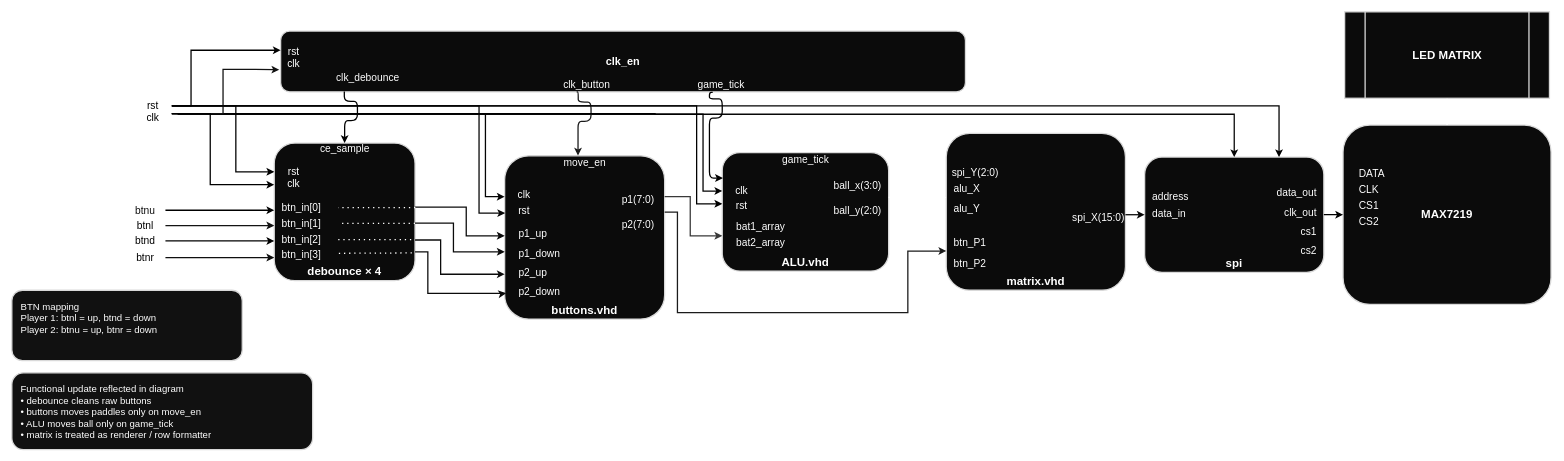
laurel124/DE1_Project keeps this draw.io diagram as ping_pong_diagram.drawio. Above is the earlier version. Source tidied: cells renumbered, new cells numbered last; positions are measured from the earlier drawing's top-left corner, leaving out a move shared by most shapes. Both pictures are drawn from the tidied source at 64%, with x=0, y=0 at pixel (12, 12).
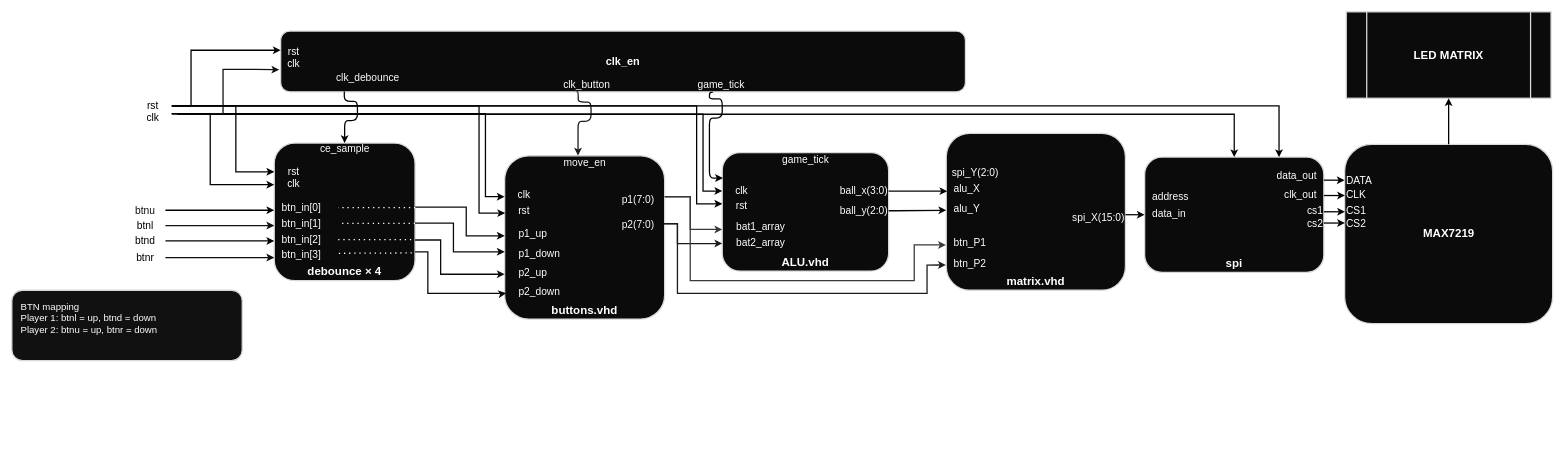
The same page after the edit.

Unchanged cells that the change refers to:
```xml
<mxCell id="4" value="buttons.vhd" style="rounded=1;whiteSpace=wrap;html=1;fillColor=#0b0b0b;strokeColor=#d9d9d9;strokeWidth=2;fontSize=18;fontStyle=1;align=center;verticalAlign=bottom;fontColor=#ffffff;" parent="1" vertex="1">
  <mxGeometry x="770" y="225" width="250" height="255" as="geometry" />
</mxCell>
<mxCell id="5" value="ALU.vhd" style="rounded=1;whiteSpace=wrap;html=1;fillColor=#0b0b0b;strokeColor=#d9d9d9;strokeWidth=2;fontSize=18;fontStyle=1;align=center;verticalAlign=bottom;fontColor=#ffffff;" parent="1" vertex="1">
  <mxGeometry x="1110" y="220" width="260" height="185" as="geometry" />
</mxCell>
<mxCell id="6" value="matrix.vhd" style="rounded=1;whiteSpace=wrap;html=1;fillColor=#0b0b0b;strokeColor=#d9d9d9;strokeWidth=2;fontSize=18;fontStyle=1;align=center;verticalAlign=bottom;fontColor=#ffffff;" parent="1" vertex="1">
  <mxGeometry x="1460" y="190" width="280" height="245" as="geometry" />
</mxCell>
<mxCell id="7" value="spi" style="rounded=1;whiteSpace=wrap;html=1;fillColor=#0b0b0b;strokeColor=#d9d9d9;strokeWidth=2;fontSize=18;fontStyle=1;align=center;verticalAlign=bottom;fontColor=#ffffff;" parent="1" vertex="1">
  <mxGeometry x="1770" y="227" width="280" height="180" as="geometry" />
</mxCell>
<mxCell id="12" value="&lt;font style=&quot;color: rgb(0, 0, 0);&quot;&gt;clk&lt;/font&gt;" style="text;html=1;strokeColor=none;fillColor=none;align=center;verticalAlign=middle;fontSize=16;fontColor=#ffffff;" parent="1" vertex="1">
  <mxGeometry x="190" y="153" width="60" height="24" as="geometry" />
</mxCell>
```

Diff of the diagram source:
```diff
@@
     <mxCell id="8" value="MAX7219" style="rounded=1;whiteSpace=wrap;html=1;fillColor=#0b0b0b;strokeColor=#d9d9d9;strokeWidth=2;fontSize=18;fontStyle=1;align=center;verticalAlign=middle;fontColor=#ffffff;" parent="1" vertex="1">
-      <mxGeometry x="2080" y="177" width="325" height="280" as="geometry" />
+      <mxGeometry x="2082.5" y="207" width="325" height="280" as="geometry" />
     </mxCell>
     <mxCell id="9" value="LED MATRIX" style="shape=process;whiteSpace=wrap;html=1;backgroundOutline=1;strokeColor=#d9d9d9;strokeWidth=2;fillColor=#0b0b0b;fontSize=18;fontStyle=1;fontColor=#ffffff;" parent="1" vertex="1">
-      <mxGeometry x="2082.5" width="320" height="135" as="geometry" />
+      <mxGeometry x="2085" width="320" height="135" as="geometry" />
     </mxCell>
@@
-    <mxCell id="11" value="Functional update reflected in diagram&#10;• debounce cleans raw buttons&#10;• buttons moves paddles only on move_en&#10;• ALU moves ball only on game_tick&#10;• matrix is treated as renderer / row formatter" style="rounded=1;whiteSpace=wrap;html=1;fillColor=#111111;strokeColor=#d9d9d9;strokeWidth=2;fontSize=15;align=left;verticalAlign=top;spacingTop=10;spacingLeft=12;fontColor=#ffffff;" parent="1" vertex="1">
-      <mxGeometry y="564" width="470" height="120" as="geometry" />
-    </mxCell>
@@
     <mxCell id="33" value="ball_x(3:0)" style="text;html=1;strokeColor=none;fillColor=none;align=right;verticalAlign=middle;fontSize=16;fontColor=#ffffff;" parent="1" vertex="1">
-      <mxGeometry x="1270" y="260" width="90" height="22" as="geometry" />
+      <mxGeometry x="1280" y="268" width="90" height="22" as="geometry" />
     </mxCell>
     <mxCell id="34" value="ball_y(2:0)" style="text;html=1;strokeColor=none;fillColor=none;align=right;verticalAlign=middle;fontSize=16;fontColor=#ffffff;" parent="1" vertex="1">
-      <mxGeometry x="1270" y="300" width="90" height="22" as="geometry" />
+      <mxGeometry x="1280" y="299" width="90" height="22" as="geometry" />
     </mxCell>
@@
     <mxCell id="43" value="data_out" style="text;html=1;strokeColor=none;fillColor=none;align=right;verticalAlign=middle;fontSize=16;fontColor=#ffffff;" parent="1" vertex="1">
-      <mxGeometry x="1965" y="272" width="75" height="22" as="geometry" />
+      <mxGeometry x="1965" y="245" width="75" height="22" as="geometry" />
     </mxCell>
     <mxCell id="44" value="clk_out" style="text;html=1;strokeColor=none;fillColor=none;align=right;verticalAlign=middle;fontSize=16;fontColor=#ffffff;" parent="1" vertex="1">
-      <mxGeometry x="1965" y="302" width="75" height="22" as="geometry" />
+      <mxGeometry x="1965" y="275" width="75" height="22" as="geometry" />
     </mxCell>
     <mxCell id="45" value="cs1" style="text;html=1;strokeColor=none;fillColor=none;align=right;verticalAlign=middle;fontSize=16;fontColor=#ffffff;" parent="1" vertex="1">
-      <mxGeometry x="1965" y="332" width="75" height="22" as="geometry" />
+      <mxGeometry x="1975" y="300" width="75" height="22" as="geometry" />
     </mxCell>
     <mxCell id="46" value="cs2" style="text;html=1;strokeColor=none;fillColor=none;align=right;verticalAlign=middle;fontSize=16;fontColor=#ffffff;" parent="1" vertex="1">
-      <mxGeometry x="1965" y="362" width="75" height="22" as="geometry" />
+      <mxGeometry x="1975" y="320" width="75" height="22" as="geometry" />
     </mxCell>
     <mxCell id="47" value="DATA" style="text;html=1;strokeColor=none;fillColor=none;align=left;verticalAlign=middle;fontSize=16;fontColor=#ffffff;" parent="1" vertex="1">
-      <mxGeometry x="2103" y="242" width="70" height="22" as="geometry" />
+      <mxGeometry x="2082.5" y="253" width="70" height="22" as="geometry" />
     </mxCell>
     <mxCell id="48" value="CLK" style="text;html=1;strokeColor=none;fillColor=none;align=left;verticalAlign=middle;fontSize=16;fontColor=#ffffff;" parent="1" vertex="1">
-      <mxGeometry x="2103" y="267" width="70" height="22" as="geometry" />
+      <mxGeometry x="2082.5" y="274" width="70" height="22" as="geometry" />
     </mxCell>
     <mxCell id="49" value="CS1" style="text;html=1;strokeColor=none;fillColor=none;align=left;verticalAlign=middle;fontSize=16;fontColor=#ffffff;" parent="1" vertex="1">
-      <mxGeometry x="2103" y="292" width="70" height="22" as="geometry" />
+      <mxGeometry x="2082.5" y="300" width="70" height="22" as="geometry" />
     </mxCell>
     <mxCell id="50" value="CS2" style="text;html=1;strokeColor=none;fillColor=none;align=left;verticalAlign=middle;fontSize=16;fontColor=#ffffff;" parent="1" vertex="1">
-      <mxGeometry x="2103" y="317" width="70" height="22" as="geometry" />
+      <mxGeometry x="2082.5" y="320" width="70" height="22" as="geometry" />
     </mxCell>
@@
     <mxCell id="59" style="edgeStyle=orthogonalEdgeStyle;rounded=0;jettySize=auto;html=1;strokeColor=#393939;strokeWidth=2;endArrow=classic;endFill=1;exitX=1;exitY=0.25;exitDx=0;exitDy=0;" parent="1" edge="1" source="4" target="5">
       <mxGeometry relative="1" as="geometry">
         <Array as="points">
           <mxPoint x="1060" y="289" />
-          <mxPoint x="1060" y="350" />
+          <mxPoint x="1060" y="340" />
         </Array>
       </mxGeometry>
     </mxCell>
-    <mxCell id="60" style="edgeStyle=orthogonalEdgeStyle;rounded=0;jettySize=auto;html=1;strokeColor=#1B1B1B;strokeWidth=2;endArrow=classic;endFill=1;entryX=0;entryY=0.75;entryDx=0;entryDy=0;" parent="1" edge="1" source="4" target="6">
+    <mxCell id="60" style="edgeStyle=orthogonalEdgeStyle;rounded=0;jettySize=auto;html=1;strokeColor=#1B1B1B;strokeWidth=2;endArrow=classic;endFill=1;exitX=0.991;exitY=0.417;exitDx=0;exitDy=0;exitPerimeter=0;" parent="1" edge="1" source="4" target="5">
       <mxGeometry relative="1" as="geometry">
         <Array as="points">
-          <mxPoint x="1040" y="313" />
-          <mxPoint x="1040" y="470" />
-          <mxPoint x="1400" y="470" />
-          <mxPoint x="1400" y="374" />
+          <mxPoint x="1040" y="331" />
+          <mxPoint x="1040" y="362" />
         </Array>
       </mxGeometry>
     </mxCell>
@@
-    <mxCell id="63" style="edgeStyle=orthogonalEdgeStyle;rounded=0;jettySize=auto;html=1;strokeColor=#000000;strokeWidth=2;endArrow=classic;endFill=1;" parent="1" edge="1" source="7" target="8">
-      <mxGeometry relative="1" as="geometry" />
+    <mxCell id="63" style="edgeStyle=orthogonalEdgeStyle;rounded=0;orthogonalLoop=1;jettySize=auto;html=1;strokeColor=#000000;strokeWidth=2;endArrow=classic;endFill=1;" parent="1" edge="1">
+      <mxGeometry relative="1" as="geometry">
+        <mxPoint x="2050" y="263" as="sourcePoint" />
+        <mxPoint x="2082.5" y="263" as="targetPoint" />
+        <Array as="points">
+          <mxPoint x="2070" y="263" />
+          <mxPoint x="2070" y="263" />
+        </Array>
+      </mxGeometry>
     </mxCell>
-    <mxCell id="64" style="edgeStyle=orthogonalEdgeStyle;rounded=0;jettySize=auto;html=1;strokeColor=#ffffff;strokeWidth=2;endArrow=classic;endFill=1;" parent="1" edge="1" source="8" target="9">
+    <mxCell id="64" style="edgeStyle=orthogonalEdgeStyle;rounded=0;jettySize=auto;html=1;strokeColor=#000000;strokeWidth=2;endArrow=classic;endFill=1;" parent="1" edge="1" source="8" target="9">
       <mxGeometry relative="1" as="geometry" />
     </mxCell>
@@
     <mxCell id="77" style="edgeStyle=orthogonalEdgeStyle;rounded=0;jettySize=auto;html=1;strokeColor=#000000;strokeWidth=2;endArrow=classic;endFill=1;exitX=1;exitY=0.25;exitDx=0;exitDy=0;" parent="1" edge="1" source="12">
       <mxGeometry relative="1" as="geometry">
         <mxPoint x="1110" y="280" as="targetPoint" />
         <Array as="points">
-          <mxPoint x="1005" y="159" />
-          <mxPoint x="1005" y="160" />
+          <mxPoint x="260" y="159" />
+          <mxPoint x="260" y="160" />
           <mxPoint x="1080" y="160" />
           <mxPoint x="1080" y="280" />
-          <mxPoint x="1110" y="280" />
         </Array>
       </mxGeometry>
     </mxCell>
@@
+    <mxCell id="93" style="edgeStyle=orthogonalEdgeStyle;rounded=0;jettySize=auto;html=1;strokeColor=#393939;strokeWidth=2;endArrow=classic;endFill=1;exitX=1;exitY=0.25;exitDx=0;exitDy=0;entryX=-0.002;entryY=0.711;entryDx=0;entryDy=0;entryPerimeter=0;" parent="1" edge="1" target="6">
+      <mxGeometry relative="1" as="geometry">
+        <mxPoint x="1020" y="289" as="sourcePoint" />
+        <Array as="points">
+          <mxPoint x="1060" y="289" />
+          <mxPoint x="1060" y="420" />
+          <mxPoint x="1410" y="420" />
+          <mxPoint x="1410" y="364" />
+        </Array>
+      </mxGeometry>
+    </mxCell>
+    <mxCell id="94" style="edgeStyle=orthogonalEdgeStyle;rounded=0;jettySize=auto;html=1;strokeColor=#1B1B1B;strokeWidth=2;endArrow=classic;endFill=1;exitX=0.991;exitY=0.417;exitDx=0;exitDy=0;exitPerimeter=0;entryX=-0.002;entryY=0.839;entryDx=0;entryDy=0;entryPerimeter=0;" parent="1" edge="1" target="6">
+      <mxGeometry relative="1" as="geometry">
+        <mxPoint x="1018" y="331" as="sourcePoint" />
+        <Array as="points">
+          <mxPoint x="1040" y="331" />
+          <mxPoint x="1040" y="440" />
+          <mxPoint x="1430" y="440" />
+          <mxPoint x="1430" y="396" />
+        </Array>
+      </mxGeometry>
+    </mxCell>
+    <mxCell id="95" style="edgeStyle=orthogonalEdgeStyle;rounded=0;jettySize=auto;html=1;strokeColor=#070707;strokeWidth=2;endArrow=classic;endFill=1;entryX=0.006;entryY=0.368;entryDx=0;entryDy=0;entryPerimeter=0;" parent="1" edge="1" target="6">
+      <mxGeometry relative="1" as="geometry">
+        <mxPoint x="1370" y="280" as="sourcePoint" />
+        <Array as="points">
+          <mxPoint x="1370" y="280" />
+        </Array>
+      </mxGeometry>
+    </mxCell>
+    <mxCell id="96" style="edgeStyle=orthogonalEdgeStyle;rounded=0;jettySize=auto;html=1;strokeColor=#070707;strokeWidth=2;endArrow=classic;endFill=1;entryX=0;entryY=0.49;entryDx=0;entryDy=0;entryPerimeter=0;" parent="1" edge="1" target="6">
+      <mxGeometry relative="1" as="geometry">
+        <mxPoint x="1370" y="310.8" as="sourcePoint" />
+        <Array as="points">
+          <mxPoint x="1380" y="311" />
+        </Array>
+      </mxGeometry>
+    </mxCell>
+    <mxCell id="97" style="edgeStyle=orthogonalEdgeStyle;rounded=0;orthogonalLoop=1;jettySize=auto;html=1;strokeColor=#000000;strokeWidth=2;endArrow=classic;endFill=1;" parent="1" edge="1">
+      <mxGeometry relative="1" as="geometry">
+        <mxPoint x="2050" y="287" as="sourcePoint" />
+        <mxPoint x="2083" y="287" as="targetPoint" />
+        <Array as="points">
+          <mxPoint x="2070" y="287" />
+          <mxPoint x="2070" y="287" />
+        </Array>
+      </mxGeometry>
+    </mxCell>
+    <mxCell id="98" style="edgeStyle=orthogonalEdgeStyle;rounded=0;orthogonalLoop=1;jettySize=auto;html=1;strokeColor=#000000;strokeWidth=2;endArrow=classic;endFill=1;" parent="1" edge="1">
+      <mxGeometry relative="1" as="geometry">
+        <mxPoint x="2050" y="312.4" as="sourcePoint" />
+        <mxPoint x="2083" y="312.4" as="targetPoint" />
+        <Array as="points">
+          <mxPoint x="2070" y="312.4" />
+          <mxPoint x="2070" y="312.4" />
+        </Array>
+      </mxGeometry>
+    </mxCell>
+    <mxCell id="99" style="edgeStyle=orthogonalEdgeStyle;rounded=0;orthogonalLoop=1;jettySize=auto;html=1;strokeColor=#000000;strokeWidth=2;endArrow=classic;endFill=1;" parent="1" edge="1">
+      <mxGeometry relative="1" as="geometry">
+        <mxPoint x="2050" y="330" as="sourcePoint" />
+        <mxPoint x="2083" y="330" as="targetPoint" />
+        <Array as="points">
+          <mxPoint x="2070" y="330" />
+          <mxPoint x="2070" y="330" />
+        </Array>
+      </mxGeometry>
+    </mxCell>
```
